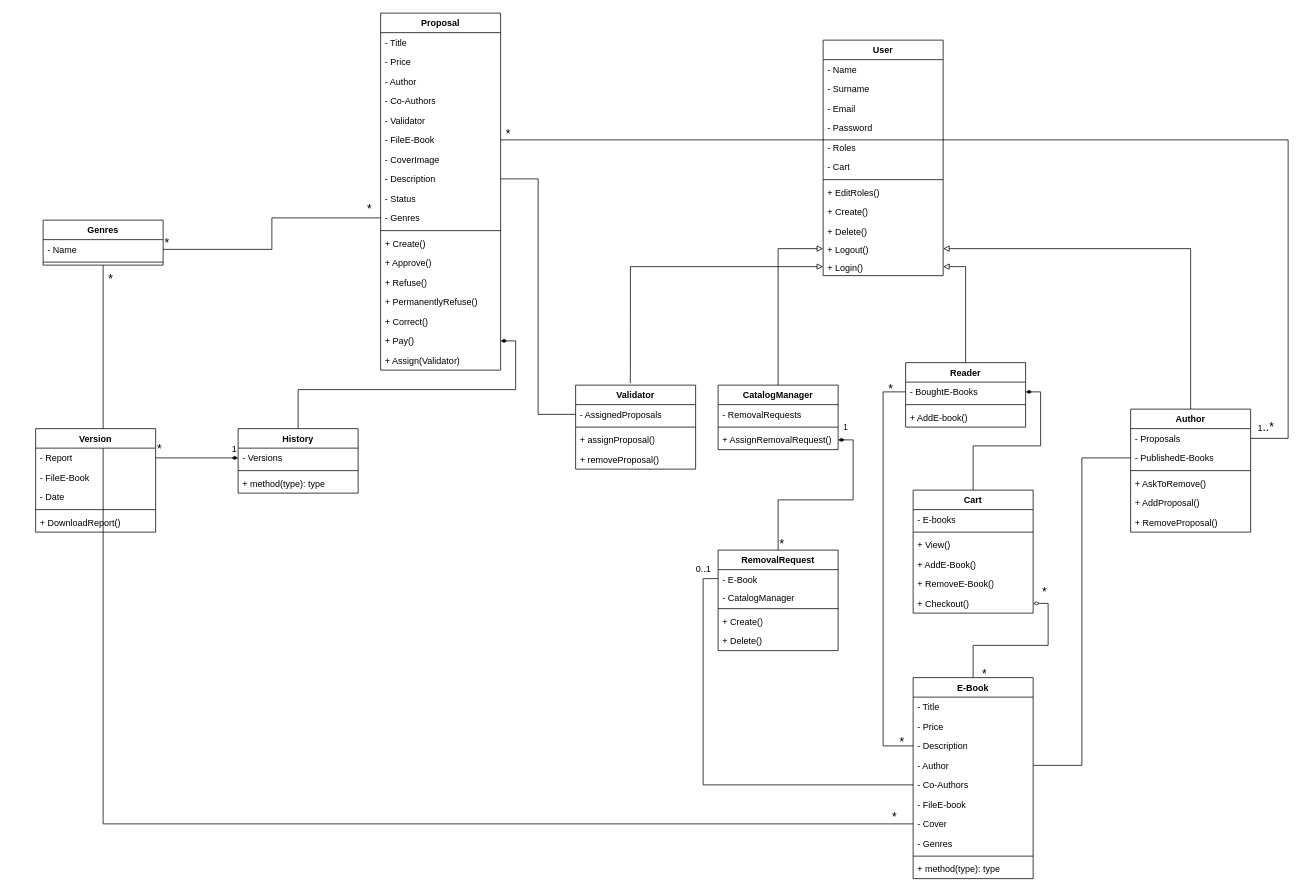
Earlier version of the draw.io diagram Deliverables/ClassDiagram.drawio (Dabi1290/BookVerse). Source tidied: cells renumbered, new cells numbered last; positions are measured from the earlier drawing's top-left corner, leaving out a move shared by most shapes. Both pictures are drawn from the tidied source at 75%, with x=0, y=0 at pixel (35, 13).
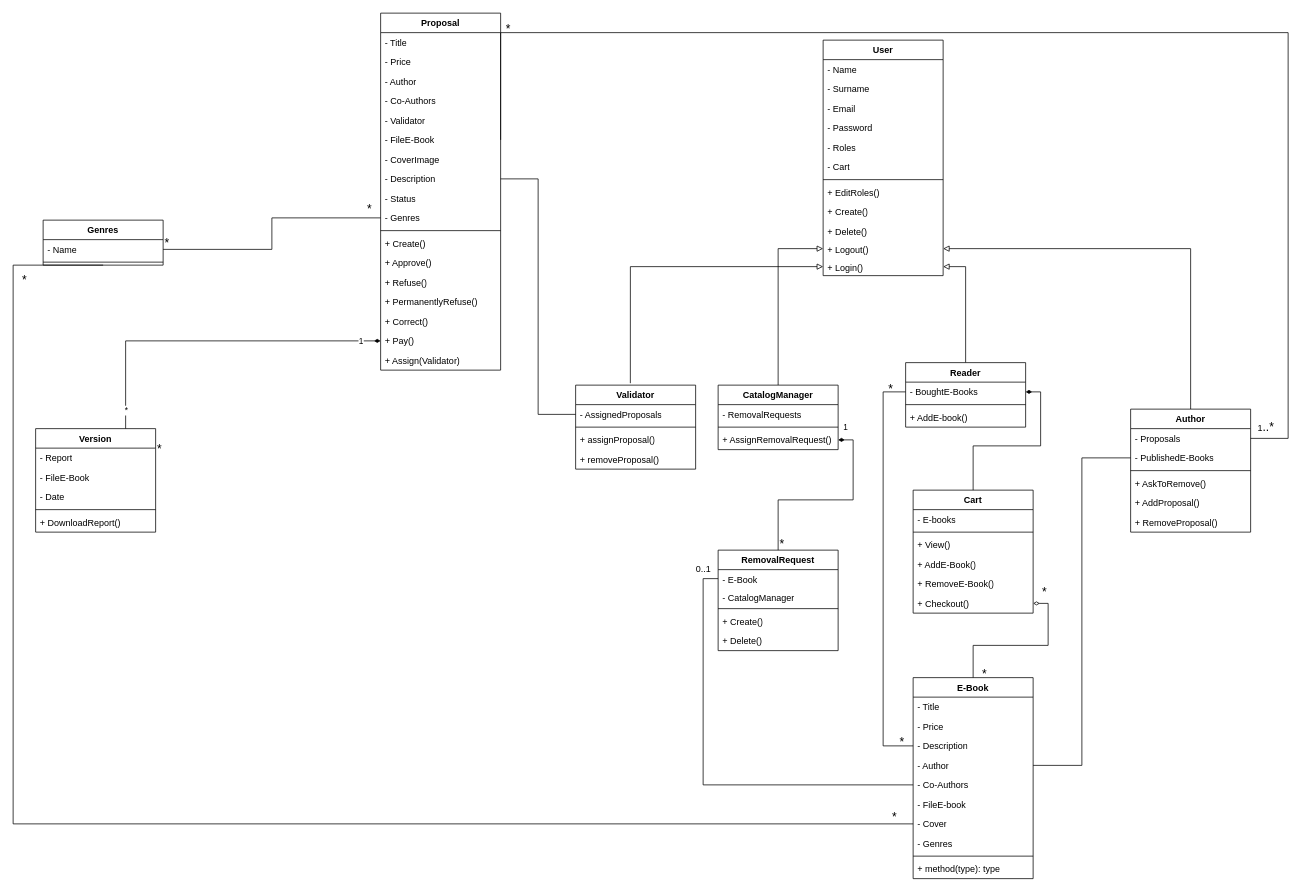
After the change.

Commit message:
Aggiorna ClassDiagram.drawio correzzioni in classe

The change refers to these unchanged cells:
```xml
<mxCell id="8" value="- FileE-Book" style="text;strokeColor=none;fillColor=none;align=left;verticalAlign=top;spacingLeft=4;spacingRight=4;overflow=hidden;points=[[0,0.5],[1,0.5]];portConstraint=eastwest;whiteSpace=wrap;html=1;" parent="2" vertex="1">
  <mxGeometry y="156" width="160" height="26" as="geometry" />
</mxCell>
<mxCell id="19" value="+ Pay()" style="text;strokeColor=none;fillColor=none;align=left;verticalAlign=top;spacingLeft=4;spacingRight=4;overflow=hidden;points=[[0,0.5],[1,0.5]];portConstraint=eastwest;whiteSpace=wrap;html=1;" parent="2" vertex="1">
  <mxGeometry y="424" width="160" height="26" as="geometry" />
</mxCell>
<mxCell id="39" value="- Cover" style="text;strokeColor=none;fillColor=none;align=left;verticalAlign=top;spacingLeft=4;spacingRight=4;overflow=hidden;points=[[0,0.5],[1,0.5]];portConstraint=eastwest;whiteSpace=wrap;html=1;" parent="32" vertex="1">
  <mxGeometry y="182" width="160" height="26" as="geometry" />
</mxCell>
<mxCell id="50" value="Genres" style="swimlane;fontStyle=1;align=center;verticalAlign=top;horizontal=1;startSize=26;whiteSpace=wrap;html=1;" parent="1" vertex="1">
  <mxGeometry x="10" y="276" width="160" height="60" as="geometry" />
</mxCell>
<mxCell id="53" value="Version" style="swimlane;fontStyle=1;align=center;verticalAlign=top;horizontal=1;startSize=26;whiteSpace=wrap;html=1;" parent="1" vertex="1">
  <mxGeometry y="554" width="160" height="138" as="geometry" />
</mxCell>
<mxCell id="54" value="- Report" style="text;strokeColor=none;fillColor=none;align=left;verticalAlign=top;spacingLeft=4;spacingRight=4;overflow=hidden;points=[[0,0.5],[1,0.5]];portConstraint=eastwest;whiteSpace=wrap;html=1;" parent="53" vertex="1">
  <mxGeometry y="26" width="160" height="26" as="geometry" />
</mxCell>
<mxCell id="87" value="- Proposals" style="text;strokeColor=none;fillColor=none;align=left;verticalAlign=top;spacingLeft=4;spacingRight=4;overflow=hidden;points=[[0,0.5],[1,0.5]];portConstraint=eastwest;whiteSpace=wrap;html=1;" parent="86" vertex="1">
  <mxGeometry y="26" width="160" height="26" as="geometry" />
</mxCell>
```

The edit, as a diff of the source:
```diff
@@
-    <mxCell id="21" value="History" style="swimlane;fontStyle=1;align=center;verticalAlign=top;horizontal=1;startSize=26;whiteSpace=wrap;html=1;" parent="1" vertex="1">
-      <mxGeometry x="270" y="554" width="160" height="86" as="geometry" />
-    </mxCell>
-    <mxCell id="22" value="- Versions" style="text;strokeColor=none;fillColor=none;align=left;verticalAlign=top;spacingLeft=4;spacingRight=4;overflow=hidden;points=[[0,0.5],[1,0.5]];portConstraint=eastwest;whiteSpace=wrap;html=1;" parent="21" vertex="1">
-      <mxGeometry y="26" width="160" height="26" as="geometry" />
-    </mxCell>
-    <mxCell id="23" style="line;strokeWidth=1;fillColor=none;align=left;verticalAlign=middle;spacingTop=-1;spacingLeft=3;spacingRight=3;labelPosition=right;strokeColor=inherit;" parent="21" vertex="1">
-      <mxGeometry y="52" width="160" height="8" as="geometry" />
-    </mxCell>
-    <mxCell id="24" value="+ method(type): type" style="text;strokeColor=none;fillColor=none;align=left;verticalAlign=top;spacingLeft=4;spacingRight=4;overflow=hidden;whiteSpace=wrap;html=1;" parent="21" vertex="1">
-      <mxGeometry y="60" width="160" height="26" as="geometry" />
-    </mxCell>
@@
     <mxCell id="49" style="edgeStyle=orthogonalEdgeStyle;rounded=0;jettySize=auto;html=1;exitX=0.5;exitY=1;exitDx=0;exitDy=0;entryX=0;entryY=0.5;entryDx=0;entryDy=0;endArrow=none;endFill=0;" parent="1" edge="1" source="50" target="39">
-      <mxGeometry relative="1" as="geometry" />
+      <mxGeometry relative="1" as="geometry">
+        <Array as="points">
+          <mxPoint x="-30" y="336" />
+          <mxPoint x="-30" y="1081" />
+        </Array>
+      </mxGeometry>
     </mxCell>
@@
-    <mxCell id="72" style="edgeStyle=orthogonalEdgeStyle;rounded=0;jettySize=auto;html=1;exitX=1;exitY=0.5;exitDx=0;exitDy=0;entryX=0.5;entryY=0;entryDx=0;entryDy=0;endArrow=none;endFill=0;startArrow=diamondThin;startFill=1;" parent="1" edge="1" source="19" target="21">
-      <mxGeometry relative="1" as="geometry" />
-    </mxCell>
@@
-    <mxCell id="100" style="edgeStyle=orthogonalEdgeStyle;rounded=0;jettySize=auto;html=1;exitX=0;exitY=0.5;exitDx=0;exitDy=0;entryX=1;entryY=0.5;entryDx=0;entryDy=0;endArrow=none;endFill=0;startArrow=diamondThin;startFill=1;" parent="1" edge="1" source="22" target="54">
-      <mxGeometry relative="1" as="geometry" />
-    </mxCell>
@@
     <mxCell id="102" style="edgeStyle=orthogonalEdgeStyle;rounded=0;jettySize=auto;html=1;exitX=1;exitY=0.5;exitDx=0;exitDy=0;entryX=1;entryY=0.5;entryDx=0;entryDy=0;endArrow=none;endFill=0;" parent="1" edge="1" source="87" target="8">
       <mxGeometry relative="1" as="geometry">
         <Array as="points">
           <mxPoint x="1670" y="567" />
-          <mxPoint x="1670" y="169" />
+          <mxPoint x="1670" y="26" />
+          <mxPoint x="620" y="26" />
         </Array>
       </mxGeometry>
     </mxCell>
@@
-    <mxCell id="106" value="1" style="text;html=1;align=center;verticalAlign=middle;strokeColor=none;fillColor=none;" parent="1" vertex="1">
-      <mxGeometry x="250" y="566" width="30" height="30" as="geometry" />
-    </mxCell>
@@
     <mxCell id="111" value="&lt;font style=&quot;font-size: 16px;&quot;&gt;*&lt;/font&gt;" style="text;html=1;align=center;verticalAlign=middle;strokeColor=none;fillColor=none;" parent="1" vertex="1">
-      <mxGeometry x="615" y="146" width="30" height="30" as="geometry" />
+      <mxGeometry x="615" y="6" width="30" height="30" as="geometry" />
     </mxCell>
@@
     <mxCell id="115" value="&lt;font style=&quot;font-size: 16px;&quot;&gt;*&lt;/font&gt;" style="text;html=1;align=center;verticalAlign=middle;strokeColor=none;fillColor=none;" parent="1" vertex="1">
-      <mxGeometry x="85" y="339" width="30" height="30" as="geometry" />
+      <mxGeometry x="-30" y="340" width="30" height="30" as="geometry" />
     </mxCell>
@@
+    <mxCell id="122" style="edgeStyle=orthogonalEdgeStyle;rounded=0;jettySize=auto;html=1;entryX=0.75;entryY=0;entryDx=0;entryDy=0;endArrow=none;endFill=0;startArrow=diamondThin;startFill=1;" parent="1" edge="1" source="19" target="53">
+      <mxGeometry relative="1" as="geometry" />
+    </mxCell>
+    <mxCell id="123" value="*" style="edgeLabel;html=1;align=center;verticalAlign=middle;" parent="122" vertex="1">
+      <mxGeometry x="0.89" relative="1" as="geometry" />
+    </mxCell>
+    <mxCell id="106" value="1" style="edgeLabel;html=1;align=center;verticalAlign=middle;" parent="122" vertex="1">
+      <mxGeometry x="-0.88" relative="1" as="geometry" />
+    </mxCell>
```
